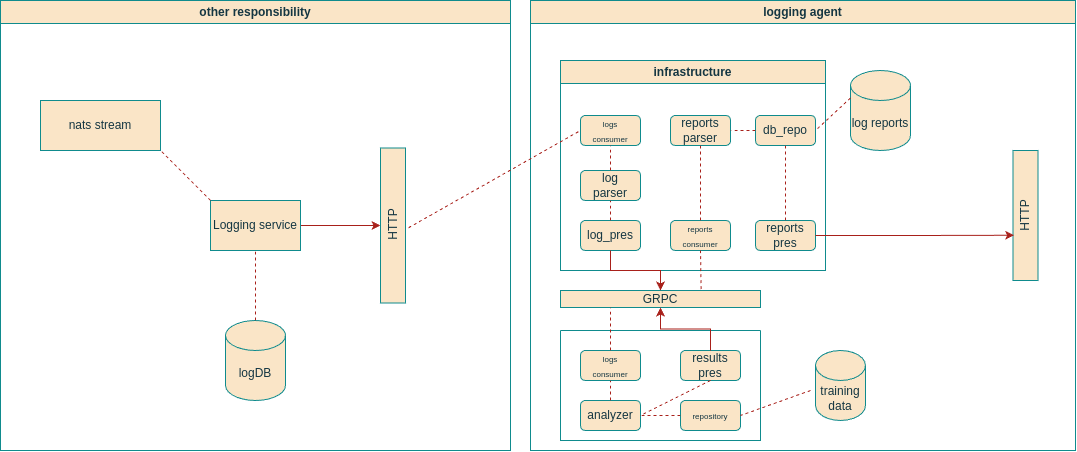
The draw.io diagram services/logging_agent/arch_diagrams/system_interaction_view.png in John321Blacksmith/knowledge_base, before a commit. Source tidied: cells renumbered, new cells last; positions are measured from the earlier drawing's top-left corner, leaving out a move shared by most shapes.
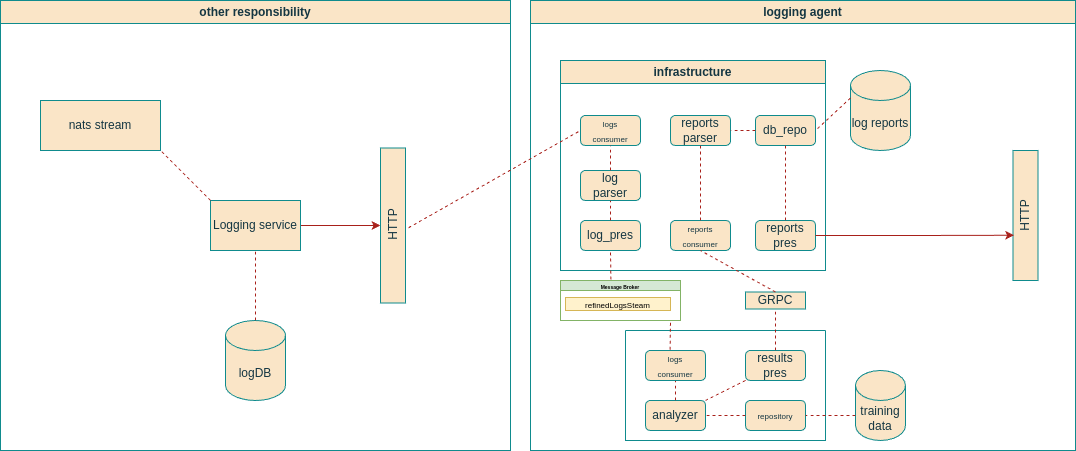
Above is the later version.

Commit message:
feat: message broker

Change to the diagram source:
```diff
@@ -72,37 +72,38 @@
       <mxGeometry x="430" y="202.5" width="130" height="25" as="geometry" />
     </mxCell>
     <mxCell id="25" value="GRPC" style="rounded=0;whiteSpace=wrap;html=1;rotation=0;labelBackgroundColor=none;fillColor=#FAE5C7;strokeColor=#0F8B8D;fontColor=#143642;" parent="10" vertex="1">
-      <mxGeometry x="30" y="290" width="200" height="17" as="geometry" />
+      <mxGeometry x="215" y="291.5" width="60" height="17" as="geometry" />
     </mxCell>
-    <mxCell id="26" style="edgeStyle=orthogonalEdgeStyle;rounded=0;jettySize=auto;html=1;labelBackgroundColor=none;strokeColor=#A8201A;fontColor=default;" parent="10" edge="1" source="17" target="25">
-      <mxGeometry relative="1" as="geometry" />
-    </mxCell>
     <mxCell id="27" style="swimlane;whiteSpace=wrap;html=1;startSize=0;labelBackgroundColor=none;fillColor=#FAE5C7;strokeColor=#0F8B8D;fontColor=#143642;" parent="10" vertex="1">
-      <mxGeometry x="30" y="330" width="200" height="110" as="geometry" />
+      <mxGeometry x="95" y="330" width="200" height="110" as="geometry" />
     </mxCell>
     <mxCell id="28" value="analyzer" style="rounded=1;whiteSpace=wrap;html=1;labelBackgroundColor=none;fillColor=#FAE5C7;strokeColor=#0F8B8D;fontColor=#143642;" parent="27" vertex="1">
       <mxGeometry x="20" y="70" width="60" height="30" as="geometry" />
     </mxCell>
-    <mxCell id="29" value="&lt;font style=&quot;font-size: 8px;&quot;&gt;logs&lt;/font&gt;&lt;div&gt;&lt;font style=&quot;font-size: 8px;&quot;&gt;consumer&lt;/font&gt;&lt;/div&gt;" style="rounded=1;whiteSpace=wrap;html=1;labelBackgroundColor=none;fillColor=#FAE5C7;strokeColor=#0F8B8D;fontColor=#143642;" parent="27" vertex="1">
-      <mxGeometry x="20" y="20" width="60" height="30" as="geometry" />
-    </mxCell>
     <mxCell id="30" value="&lt;span style=&quot;font-size: 8px;&quot;&gt;repository&lt;/span&gt;" style="rounded=1;whiteSpace=wrap;html=1;labelBackgroundColor=none;fillColor=#FAE5C7;strokeColor=#0F8B8D;fontColor=#143642;" parent="27" vertex="1">
       <mxGeometry x="120" y="70" width="60" height="30" as="geometry" />
     </mxCell>
     <mxCell id="31" value="results pres" style="rounded=1;whiteSpace=wrap;html=1;labelBackgroundColor=none;fillColor=#FAE5C7;strokeColor=#0F8B8D;fontColor=#143642;" parent="27" vertex="1">
       <mxGeometry x="120" y="20" width="60" height="30" as="geometry" />
     </mxCell>
-    <mxCell id="32" style="endArrow=none;dashed=1;html=1;rounded=0;entryX=0.5;entryY=1;entryDx=0;entryDy=0;exitX=0.5;exitY=0;exitDx=0;exitDy=0;labelBackgroundColor=none;strokeColor=#A8201A;fontColor=default;" parent="27" edge="1" source="28" target="29">
-      <mxGeometry relative="1" as="geometry" />
+    <mxCell id="32" style="endArrow=none;dashed=1;html=1;rounded=0;entryX=0.5;entryY=1;entryDx=0;entryDy=0;exitX=0.5;exitY=0;exitDx=0;exitDy=0;labelBackgroundColor=none;strokeColor=#A8201A;fontColor=default;" parent="27" edge="1" source="28">
+      <mxGeometry relative="1" as="geometry">
+        <mxPoint x="50" y="50" as="targetPoint" />
+      </mxGeometry>
     </mxCell>
     <mxCell id="33" style="endArrow=none;dashed=1;html=1;rounded=0;entryX=1;entryY=0.5;entryDx=0;entryDy=0;exitX=0;exitY=0.5;exitDx=0;exitDy=0;labelBackgroundColor=none;strokeColor=#A8201A;fontColor=default;" parent="27" edge="1" source="30" target="28">
       <mxGeometry relative="1" as="geometry" />
     </mxCell>
-    <mxCell id="34" style="endArrow=none;dashed=1;html=1;rounded=0;entryX=1;entryY=0.5;entryDx=0;entryDy=0;exitX=0.5;exitY=1;exitDx=0;exitDy=0;labelBackgroundColor=none;strokeColor=#A8201A;fontColor=default;" parent="27" edge="1" source="31" target="28">
-      <mxGeometry relative="1" as="geometry" />
-    </mxCell>
+    <mxCell id="45" style="endArrow=none;dashed=1;html=1;rounded=0;exitX=0;exitY=1;exitDx=0;exitDy=0;entryX=1;entryY=0;entryDx=0;entryDy=0;labelBackgroundColor=none;strokeColor=#A8201A;fontColor=default;" parent="27" edge="1" target="28">
+      <mxGeometry relative="1" as="geometry">
+        <mxPoint x="120" y="50" as="sourcePoint" />
+      </mxGeometry>
+    </mxCell>
+    <mxCell id="29" value="&lt;font style=&quot;font-size: 8px;&quot;&gt;logs&lt;/font&gt;&lt;div&gt;&lt;font style=&quot;font-size: 8px;&quot;&gt;consumer&lt;/font&gt;&lt;/div&gt;" style="rounded=1;whiteSpace=wrap;html=1;labelBackgroundColor=none;fillColor=#FAE5C7;strokeColor=#0F8B8D;fontColor=#143642;" parent="27" vertex="1">
+      <mxGeometry x="20" y="20" width="60" height="30" as="geometry" />
+    </mxCell>
     <mxCell id="35" value="training data" style="shape=cylinder3;whiteSpace=wrap;html=1;boundedLbl=1;backgroundOutline=1;size=15;labelBackgroundColor=none;fillColor=#FAE5C7;strokeColor=#0F8B8D;fontColor=#143642;" parent="10" vertex="1">
-      <mxGeometry x="285" y="350" width="50" height="70" as="geometry" />
+      <mxGeometry x="325" y="370" width="50" height="70" as="geometry" />
     </mxCell>
     <mxCell id="36" value="log reports" style="shape=cylinder3;whiteSpace=wrap;html=1;boundedLbl=1;backgroundOutline=1;size=15;labelBackgroundColor=none;fillColor=#FAE5C7;strokeColor=#0F8B8D;fontColor=#143642;" parent="10" vertex="1">
       <mxGeometry x="320" y="70" width="60" height="80" as="geometry" />
@@ -110,23 +111,32 @@
     <mxCell id="37" style="endArrow=none;dashed=1;html=1;rounded=0;exitX=0;exitY=0;exitDx=0;exitDy=27.5;entryX=1;entryY=0.5;entryDx=0;entryDy=0;exitPerimeter=0;labelBackgroundColor=none;strokeColor=#A8201A;fontColor=default;" parent="10" edge="1" source="36" target="21">
       <mxGeometry relative="1" as="geometry" />
     </mxCell>
-    <mxCell id="38" style="endArrow=none;dashed=1;html=1;rounded=0;entryX=1;entryY=0.5;entryDx=0;entryDy=0;labelBackgroundColor=none;strokeColor=#A8201A;fontColor=default;" parent="10" edge="1" target="30">
-      <mxGeometry relative="1" as="geometry">
-        <mxPoint x="280" y="390" as="sourcePoint" />
-      </mxGeometry>
+    <mxCell id="38" style="endArrow=none;dashed=1;html=1;rounded=0;entryX=1;entryY=0.5;entryDx=0;entryDy=0;labelBackgroundColor=none;strokeColor=#A8201A;fontColor=default;exitX=0;exitY=0;exitDx=0;exitDy=45;exitPerimeter=0;" parent="10" edge="1" source="35" target="30">
+      <mxGeometry relative="1" as="geometry" />
     </mxCell>
-    <mxCell id="39" style="edgeStyle=orthogonalEdgeStyle;rounded=0;jettySize=auto;html=1;labelBackgroundColor=none;strokeColor=#A8201A;fontColor=default;" parent="10" edge="1" source="31" target="25">
-      <mxGeometry relative="1" as="geometry" />
-    </mxCell>
     <mxCell id="40" style="edgeStyle=orthogonalEdgeStyle;rounded=0;jettySize=auto;html=1;entryX=0.348;entryY=0.045;entryDx=0;entryDy=0;entryPerimeter=0;labelBackgroundColor=none;strokeColor=#A8201A;fontColor=default;" parent="10" edge="1" source="13" target="24">
       <mxGeometry relative="1" as="geometry" />
     </mxCell>
-    <mxCell id="41" style="endArrow=none;dashed=1;html=1;rounded=0;exitX=0.703;exitY=-0.083;exitDx=0;exitDy=0;entryX=0.5;entryY=1;entryDx=0;entryDy=0;exitPerimeter=0;labelBackgroundColor=none;strokeColor=#A8201A;fontColor=default;" parent="10" edge="1" source="25" target="14">
+    <mxCell id="41" style="endArrow=none;dashed=1;html=1;rounded=0;entryX=0.5;entryY=1;entryDx=0;entryDy=0;labelBackgroundColor=none;strokeColor=#A8201A;fontColor=default;exitX=0.5;exitY=0;exitDx=0;exitDy=0;" parent="10" edge="1" source="25" target="14">
       <mxGeometry relative="1" as="geometry" />
     </mxCell>
-    <mxCell id="42" style="endArrow=none;dashed=1;html=1;rounded=0;exitX=0.5;exitY=0;exitDx=0;exitDy=0;entryX=0.25;entryY=1;entryDx=0;entryDy=0;labelBackgroundColor=none;strokeColor=#A8201A;fontColor=default;" parent="10" edge="1" source="29" target="25">
-      <mxGeometry relative="1" as="geometry" />
-    </mxCell>
+    <mxCell id="46" value="&lt;font style=&quot;font-size: 5px;&quot;&gt;Message&amp;nbsp;&lt;/font&gt;&lt;span style=&quot;font-size: 5px; background-color: transparent; color: light-dark(rgb(0, 0, 0), rgb(255, 255, 255));&quot;&gt;Broker&lt;/span&gt;" style="swimlane;whiteSpace=wrap;html=1;startSize=10;fillColor=#d5e8d4;strokeColor=#82b366;" parent="10" vertex="1">
+      <mxGeometry x="30" y="280" width="120" height="40" as="geometry" />
+    </mxCell>
+    <mxCell id="47" value="&lt;font style=&quot;font-size: 8px;&quot;&gt;refinedLogsSteam&lt;/font&gt;" style="rounded=0;whiteSpace=wrap;html=1;fillColor=#fff2cc;strokeColor=#d6b656;" parent="46" vertex="1">
+      <mxGeometry x="5" y="17" width="105" height="13" as="geometry" />
+    </mxCell>
+    <mxCell id="39" style="endArrow=none;dashed=1;html=1;rounded=0;exitX=0.5;exitY=0;exitDx=0;exitDy=0;entryX=0.5;entryY=1;entryDx=0;entryDy=0;labelBackgroundColor=none;strokeColor=#A8201A;fontColor=default;" parent="10" edge="1" source="31" target="25">
+      <mxGeometry relative="1" as="geometry" />
+    </mxCell>
+    <mxCell id="48" style="endArrow=none;dashed=1;html=1;rounded=0;labelBackgroundColor=none;strokeColor=#A8201A;fontColor=default;exitX=0.41;exitY=-0.024;exitDx=0;exitDy=0;exitPerimeter=0;" parent="10" edge="1" source="29">
+      <mxGeometry relative="1" as="geometry">
+        <mxPoint x="140" y="320" as="targetPoint" />
+      </mxGeometry>
+    </mxCell>
+    <mxCell id="49" style="endArrow=none;dashed=1;html=1;rounded=0;entryX=0.5;entryY=1;entryDx=0;entryDy=0;labelBackgroundColor=none;strokeColor=#A8201A;fontColor=default;exitX=0.42;exitY=-0.024;exitDx=0;exitDy=0;exitPerimeter=0;" parent="10" edge="1" source="46" target="17">
+      <mxGeometry relative="1" as="geometry" />
+    </mxCell>
     <mxCell id="43" style="endArrow=none;dashed=1;html=1;rounded=0;entryX=1;entryY=1;entryDx=0;entryDy=0;exitX=0;exitY=0;exitDx=0;exitDy=0;labelBackgroundColor=none;strokeColor=#A8201A;fontColor=default;" parent="1" edge="1" source="3" target="8">
       <mxGeometry relative="1" as="geometry" />
     </mxCell>
```
